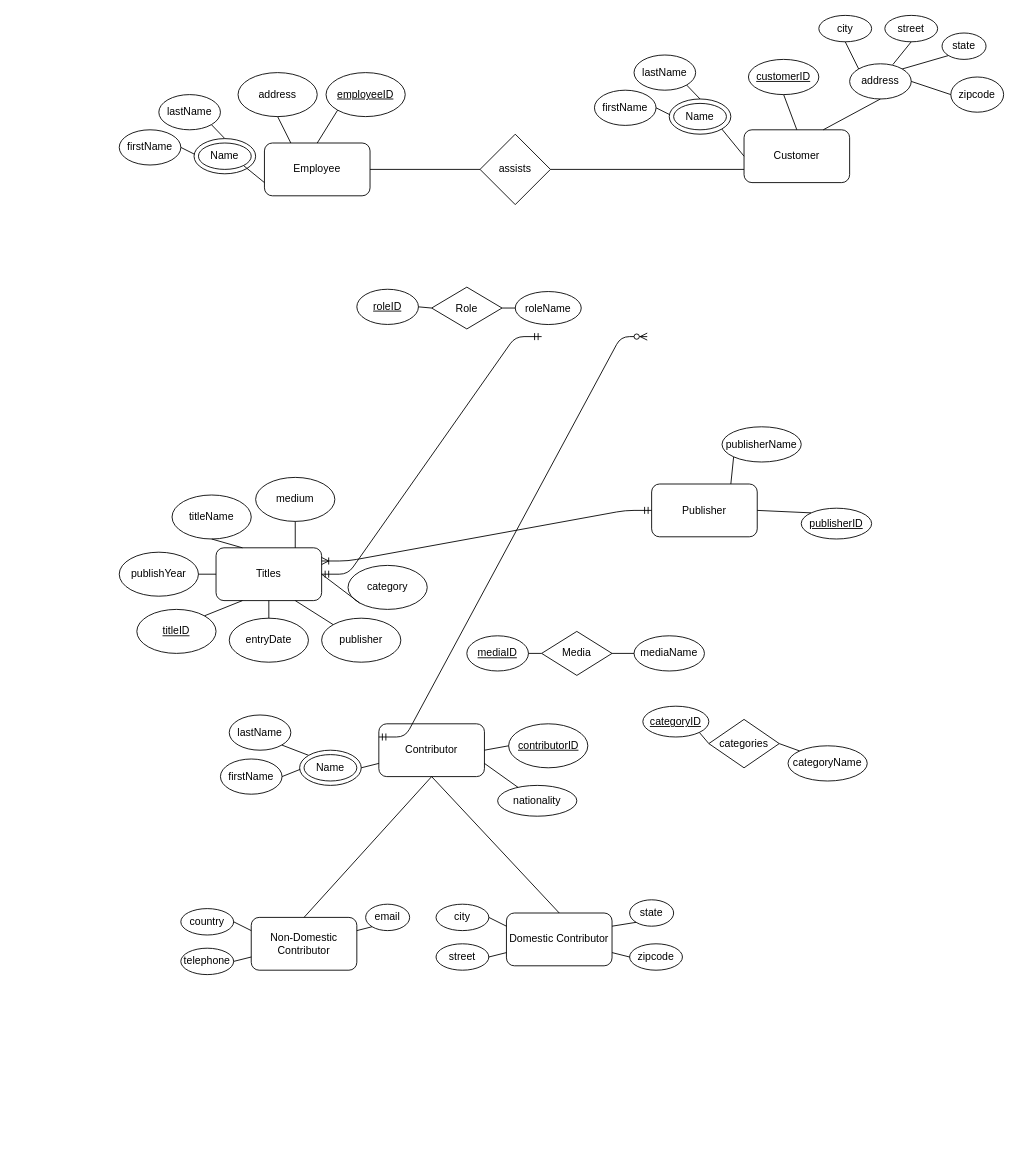
This is projecteerd.drawio from roning54/database_design, a draw.io file, before an edit. Source tidied: cells renumbered, new cells numbered last; positions are measured from the earlier drawing's top-left corner, leaving out a move shared by most shapes. Both pictures are drawn from the tidied source at 88%, with x=0, y=0 at pixel (119, 15).
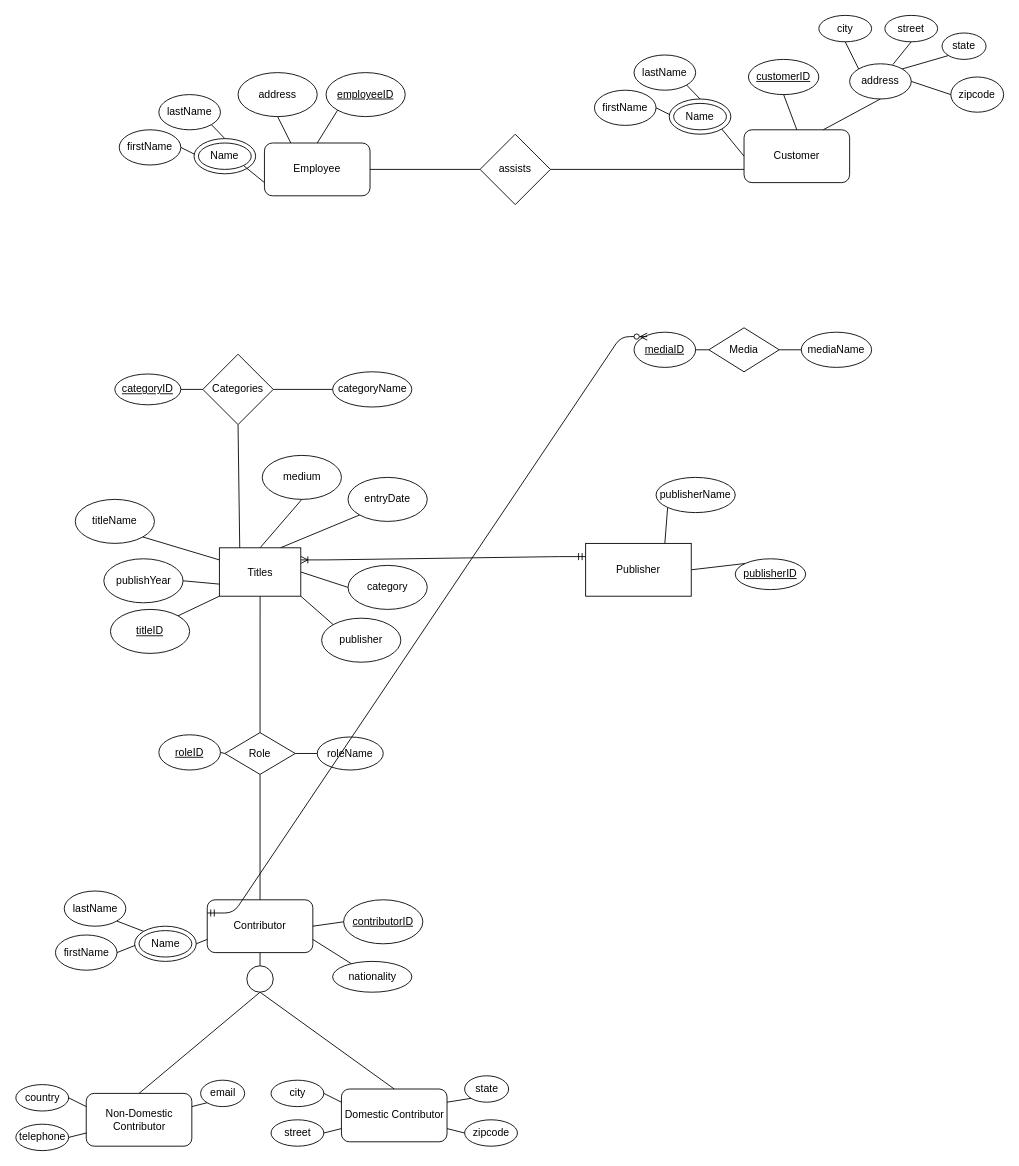
Above is the later version.

Unchanged cells that the change refers to:
```xml
<mxCell id="30" value="category" style="ellipse;whiteSpace=wrap;html=1;" parent="1" vertex="1">
  <mxGeometry x="260" y="625" width="90" height="50" as="geometry" />
</mxCell>
<mxCell id="34" value="publisher" style="ellipse;whiteSpace=wrap;html=1;" parent="1" vertex="1">
  <mxGeometry x="230" y="685" width="90" height="50" as="geometry" />
</mxCell>
```

Change to the diagram source:
```diff
@@
     <mxCell id="24" value="&lt;u&gt;mediaID&lt;/u&gt;" style="ellipse;whiteSpace=wrap;html=1;" parent="1" vertex="1">
-      <mxGeometry x="395" y="705" width="70" height="40" as="geometry" />
+      <mxGeometry x="585" y="360" width="70" height="40" as="geometry" />
     </mxCell>
     <mxCell id="25" value="mediaName" style="ellipse;whiteSpace=wrap;html=1;" parent="1" vertex="1">
-      <mxGeometry x="585" y="705" width="80" height="40" as="geometry" />
+      <mxGeometry x="775" y="360" width="80" height="40" as="geometry" />
     </mxCell>
@@
-    <mxCell id="28" value="Titles" style="rounded=1;whiteSpace=wrap;html=1;" parent="1" vertex="1">
-      <mxGeometry x="110" y="605" width="120" height="60" as="geometry" />
-    </mxCell>
     <mxCell id="29" value="&lt;u&gt;titleID&lt;/u&gt;" style="ellipse;whiteSpace=wrap;html=1;" parent="1" vertex="1">
-      <mxGeometry x="20" y="675" width="90" height="50" as="geometry" />
+      <mxGeometry x="-10" y="675" width="90" height="50" as="geometry" />
     </mxCell>
@@
     <mxCell id="31" value="publishYear" style="ellipse;whiteSpace=wrap;html=1;" parent="1" vertex="1">
-      <mxGeometry y="610" width="90" height="50" as="geometry" />
+      <mxGeometry x="-17.5" y="617.5" width="90" height="50" as="geometry" />
     </mxCell>
     <mxCell id="32" value="titleName" style="ellipse;whiteSpace=wrap;html=1;" parent="1" vertex="1">
-      <mxGeometry x="60" y="545" width="90" height="50" as="geometry" />
+      <mxGeometry x="-50" y="550" width="90" height="50" as="geometry" />
     </mxCell>
     <mxCell id="33" value="entryDate" style="ellipse;whiteSpace=wrap;html=1;" parent="1" vertex="1">
-      <mxGeometry x="125" y="685" width="90" height="50" as="geometry" />
+      <mxGeometry x="260" y="525" width="90" height="50" as="geometry" />
     </mxCell>
@@
-    <mxCell id="35" style="endArrow=none;html=1;entryX=1;entryY=0.5;entryDx=0;entryDy=0;exitX=0;exitY=1;exitDx=0;exitDy=0;" parent="1" edge="1" source="30" target="28">
+    <mxCell id="35" style="endArrow=none;html=1;entryX=1;entryY=0.5;entryDx=0;entryDy=0;exitX=0;exitY=0.5;exitDx=0;exitDy=0;" parent="1" edge="1" source="30" target="28">
       <mxGeometry relative="1" as="geometry" />
     </mxCell>
-    <mxCell id="36" style="endArrow=none;html=1;entryX=0.75;entryY=1;entryDx=0;entryDy=0;exitX=0;exitY=0;exitDx=0;exitDy=0;" parent="1" edge="1" source="34" target="28">
+    <mxCell id="36" style="endArrow=none;html=1;entryX=1;entryY=1;entryDx=0;entryDy=0;exitX=0;exitY=0;exitDx=0;exitDy=0;" parent="1" edge="1" source="34" target="28">
       <mxGeometry relative="1" as="geometry" />
     </mxCell>
-    <mxCell id="37" style="endArrow=none;html=1;entryX=0.5;entryY=0;entryDx=0;entryDy=0;exitX=0.5;exitY=1;exitDx=0;exitDy=0;" parent="1" edge="1" source="28" target="33">
+    <mxCell id="37" style="endArrow=none;html=1;entryX=0;entryY=1;entryDx=0;entryDy=0;exitX=0.75;exitY=0;exitDx=0;exitDy=0;" parent="1" edge="1" source="28" target="33">
       <mxGeometry relative="1" as="geometry" />
     </mxCell>
-    <mxCell id="38" style="endArrow=none;html=1;entryX=1;entryY=0;entryDx=0;entryDy=0;exitX=0.25;exitY=1;exitDx=0;exitDy=0;" parent="1" edge="1" source="28" target="29">
+    <mxCell id="38" style="endArrow=none;html=1;entryX=1;entryY=0;entryDx=0;entryDy=0;exitX=0;exitY=1;exitDx=0;exitDy=0;" parent="1" edge="1" source="28" target="29">
       <mxGeometry relative="1" as="geometry" />
     </mxCell>
-    <mxCell id="39" style="endArrow=none;html=1;entryX=1;entryY=0.5;entryDx=0;entryDy=0;exitX=0;exitY=0.5;exitDx=0;exitDy=0;" parent="1" edge="1" source="28" target="31">
+    <mxCell id="39" style="endArrow=none;html=1;entryX=1;entryY=0.5;entryDx=0;entryDy=0;exitX=0;exitY=0.75;exitDx=0;exitDy=0;" parent="1" edge="1" source="28" target="31">
       <mxGeometry relative="1" as="geometry" />
     </mxCell>
-    <mxCell id="40" style="endArrow=none;html=1;entryX=0.5;entryY=1;entryDx=0;entryDy=0;exitX=0.25;exitY=0;exitDx=0;exitDy=0;" parent="1" edge="1" source="28" target="32">
+    <mxCell id="40" style="endArrow=none;html=1;entryX=1;entryY=1;entryDx=0;entryDy=0;exitX=0;exitY=0.25;exitDx=0;exitDy=0;" parent="1" edge="1" source="28" target="32">
       <mxGeometry relative="1" as="geometry" />
     </mxCell>
     <mxCell id="41" value="Contributor" style="rounded=1;whiteSpace=wrap;html=1;" parent="1" vertex="1">
-      <mxGeometry x="295" y="805" width="120" height="60" as="geometry" />
+      <mxGeometry x="100" y="1005" width="120" height="60" as="geometry" />
     </mxCell>
     <mxCell id="42" value="&lt;u&gt;contributorID&lt;/u&gt;" style="ellipse;whiteSpace=wrap;html=1;" parent="1" vertex="1">
-      <mxGeometry x="442.5" y="805" width="90" height="50" as="geometry" />
+      <mxGeometry x="255" y="1005" width="90" height="50" as="geometry" />
     </mxCell>
     <mxCell id="43" value="nationality" style="ellipse;whiteSpace=wrap;html=1;" parent="1" vertex="1">
-      <mxGeometry x="430" y="875" width="90" height="35" as="geometry" />
+      <mxGeometry x="242.5" y="1075" width="90" height="35" as="geometry" />
     </mxCell>
@@
     <mxCell id="46" value="&lt;u&gt;roleID&lt;/u&gt;" style="ellipse;whiteSpace=wrap;html=1;" parent="1" vertex="1">
-      <mxGeometry x="270" y="311.2" width="70" height="40" as="geometry" />
+      <mxGeometry x="45" y="817.5" width="70" height="40" as="geometry" />
     </mxCell>
     <mxCell id="47" value="&lt;div&gt;roleName&lt;/div&gt;" style="ellipse;whiteSpace=wrap;html=1;" parent="1" vertex="1">
-      <mxGeometry x="450" y="313.8" width="75" height="37.5" as="geometry" />
+      <mxGeometry x="225" y="820" width="75" height="37.5" as="geometry" />
     </mxCell>
@@
     <mxCell id="50" value="Domestic Contributor" style="rounded=1;whiteSpace=wrap;html=1;" parent="1" vertex="1">
-      <mxGeometry x="440" y="1020" width="120" height="60" as="geometry" />
+      <mxGeometry x="252.5" y="1220" width="120" height="60" as="geometry" />
     </mxCell>
     <mxCell id="51" value="street" style="ellipse;whiteSpace=wrap;html=1;" parent="1" vertex="1">
-      <mxGeometry x="360" y="1055" width="60" height="30" as="geometry" />
+      <mxGeometry x="172.5" y="1255" width="60" height="30" as="geometry" />
     </mxCell>
     <mxCell id="52" value="city" style="ellipse;whiteSpace=wrap;html=1;" parent="1" vertex="1">
-      <mxGeometry x="360" y="1010" width="60" height="30" as="geometry" />
+      <mxGeometry x="172.5" y="1210" width="60" height="30" as="geometry" />
     </mxCell>
     <mxCell id="53" value="&lt;div&gt;state&lt;/div&gt;" style="ellipse;whiteSpace=wrap;html=1;" parent="1" vertex="1">
-      <mxGeometry x="580" y="1005" width="50" height="30" as="geometry" />
+      <mxGeometry x="392.5" y="1205" width="50" height="30" as="geometry" />
     </mxCell>
     <mxCell id="54" value="zipcode" style="ellipse;whiteSpace=wrap;html=1;" parent="1" vertex="1">
-      <mxGeometry x="580" y="1055" width="60" height="30" as="geometry" />
+      <mxGeometry x="392.5" y="1255" width="60" height="30" as="geometry" />
     </mxCell>
@@
-    <mxCell id="59" value="Publisher" style="rounded=1;whiteSpace=wrap;html=1;" parent="1" vertex="1">
-      <mxGeometry x="605" y="532.5" width="120" height="60" as="geometry" />
-    </mxCell>
     <mxCell id="60" value="publisherName" style="ellipse;whiteSpace=wrap;html=1;" parent="1" vertex="1">
-      <mxGeometry x="685" y="467.5" width="90" height="40" as="geometry" />
+      <mxGeometry x="610" y="525" width="90" height="40" as="geometry" />
     </mxCell>
     <mxCell id="61" value="&lt;u&gt;publisherID&lt;/u&gt;" style="ellipse;whiteSpace=wrap;html=1;" parent="1" vertex="1">
-      <mxGeometry x="775" y="560" width="80" height="35" as="geometry" />
+      <mxGeometry x="700" y="617.5" width="80" height="35" as="geometry" />
     </mxCell>
@@
     <mxCell id="64" value="&lt;u&gt;categoryID&lt;/u&gt;" style="ellipse;whiteSpace=wrap;html=1;" parent="1" vertex="1">
-      <mxGeometry x="595" y="785" width="75" height="35" as="geometry" />
+      <mxGeometry x="-5" y="407.5" width="75" height="35" as="geometry" />
     </mxCell>
     <mxCell id="65" value="categoryName" style="ellipse;whiteSpace=wrap;html=1;" parent="1" vertex="1">
-      <mxGeometry x="760" y="830" width="90" height="40" as="geometry" />
+      <mxGeometry x="242.5" y="405" width="90" height="40" as="geometry" />
     </mxCell>
-    <mxCell id="66" style="endArrow=none;html=1;entryX=0;entryY=0;entryDx=0;entryDy=0;exitX=1;exitY=0.5;exitDx=0;exitDy=0;" parent="1" edge="1" source="93" target="65">
+    <mxCell id="66" style="endArrow=none;html=1;entryX=0;entryY=0.5;entryDx=0;entryDy=0;exitX=1;exitY=0.5;exitDx=0;exitDy=0;" parent="1" edge="1" source="108" target="65">
       <mxGeometry relative="1" as="geometry" />
     </mxCell>
-    <mxCell id="67" style="endArrow=none;html=1;exitX=1;exitY=1;exitDx=0;exitDy=0;entryX=0;entryY=0.5;entryDx=0;entryDy=0;" parent="1" edge="1" source="64" target="93">
+    <mxCell id="67" style="endArrow=none;html=1;entryX=0;entryY=0.5;entryDx=0;entryDy=0;exitX=1;exitY=0.5;exitDx=0;exitDy=0;" parent="1" edge="1" source="64" target="108">
       <mxGeometry relative="1" as="geometry" />
     </mxCell>
-    <mxCell id="68" style="edgeStyle=entityRelationEdgeStyle;fontSize=12;html=1;endArrow=ERmandOne;startArrow=ERmandOne;entryX=0;entryY=0.5;entryDx=0;entryDy=0;exitX=1;exitY=0.5;exitDx=0;exitDy=0;" parent="1" edge="1" source="28">
-      <mxGeometry relative="1" as="geometry">
-        <mxPoint x="480" y="365" as="targetPoint" />
-      </mxGeometry>
-    </mxCell>
     <mxCell id="69" value="Role" style="rhombus;whiteSpace=wrap;html=1;" parent="1" vertex="1">
-      <mxGeometry x="355" y="308.8" width="80" height="47.5" as="geometry" />
+      <mxGeometry x="120" y="815" width="80" height="47.5" as="geometry" />
     </mxCell>
-    <mxCell id="70" style="edgeStyle=entityRelationEdgeStyle;fontSize=12;html=1;endArrow=ERoneToMany;startArrow=ERmandOne;entryX=1;entryY=0.25;entryDx=0;entryDy=0;" parent="1" edge="1" source="59" target="28">
+    <mxCell id="70" style="edgeStyle=entityRelationEdgeStyle;fontSize=12;html=1;endArrow=ERoneToMany;startArrow=ERmandOne;entryX=1;entryY=0.25;entryDx=0;entryDy=0;exitX=0;exitY=0.25;exitDx=0;exitDy=0;" parent="1" edge="1" source="59" target="28">
       <mxGeometry relative="1" as="geometry" />
     </mxCell>
@@
     <mxCell id="85" value="firstName" style="ellipse;whiteSpace=wrap;html=1;" parent="1" vertex="1">
-      <mxGeometry x="115" y="845" width="70" height="40" as="geometry" />
+      <mxGeometry x="-72.5" y="1045" width="70" height="40" as="geometry" />
     </mxCell>
     <mxCell id="86" value="&lt;div&gt;lastName&lt;/div&gt;" style="ellipse;whiteSpace=wrap;html=1;" parent="1" vertex="1">
-      <mxGeometry x="125" y="795" width="70" height="40" as="geometry" />
+      <mxGeometry x="-62.5" y="995" width="70" height="40" as="geometry" />
     </mxCell>
@@
     <mxCell id="89" style="ellipse;whiteSpace=wrap;html=1;" parent="1" vertex="1">
-      <mxGeometry x="205" y="835" width="70" height="40" as="geometry" />
+      <mxGeometry x="17.5" y="1035" width="70" height="40" as="geometry" />
     </mxCell>
     <mxCell id="90" value="Name" style="ellipse;whiteSpace=wrap;html=1;" parent="1" vertex="1">
-      <mxGeometry x="210" y="840" width="60" height="30" as="geometry" />
+      <mxGeometry x="22.5" y="1040" width="60" height="30" as="geometry" />
     </mxCell>
@@
     <mxCell id="92" value="Media" style="rhombus;whiteSpace=wrap;html=1;" parent="1" vertex="1">
-      <mxGeometry x="480" y="700" width="80" height="50" as="geometry" />
+      <mxGeometry x="670" y="355" width="80" height="50" as="geometry" />
     </mxCell>
-    <mxCell id="93" value="categories" style="rhombus;whiteSpace=wrap;html=1;" parent="1" vertex="1">
-      <mxGeometry x="670" y="800" width="80" height="55" as="geometry" />
-    </mxCell>
     <mxCell id="94" value="Non-Domestic Contributor" style="rounded=1;whiteSpace=wrap;html=1;" parent="1" vertex="1">
-      <mxGeometry x="150" y="1025" width="120" height="60" as="geometry" />
+      <mxGeometry x="-37.5" y="1225" width="120" height="60" as="geometry" />
     </mxCell>
     <mxCell id="95" value="telephone" style="ellipse;whiteSpace=wrap;html=1;" parent="1" vertex="1">
-      <mxGeometry x="70" y="1060" width="60" height="30" as="geometry" />
+      <mxGeometry x="-117.5" y="1260" width="60" height="30" as="geometry" />
     </mxCell>
     <mxCell id="96" value="country" style="ellipse;whiteSpace=wrap;html=1;" parent="1" vertex="1">
-      <mxGeometry x="70" y="1015" width="60" height="30" as="geometry" />
+      <mxGeometry x="-117.5" y="1215" width="60" height="30" as="geometry" />
     </mxCell>
     <mxCell id="97" value="email" style="ellipse;whiteSpace=wrap;html=1;" parent="1" vertex="1">
-      <mxGeometry x="280" y="1010" width="50" height="30" as="geometry" />
+      <mxGeometry x="92.5" y="1210" width="50" height="30" as="geometry" />
     </mxCell>
@@
     <mxCell id="101" value="medium" style="ellipse;whiteSpace=wrap;html=1;" parent="1" vertex="1">
-      <mxGeometry x="155" y="525" width="90" height="50" as="geometry" />
+      <mxGeometry x="162.5" y="500" width="90" height="50" as="geometry" />
     </mxCell>
-    <mxCell id="102" style="endArrow=none;html=1;entryX=0.5;entryY=1;entryDx=0;entryDy=0;" parent="1" edge="1" target="101">
-      <mxGeometry relative="1" as="geometry">
-        <mxPoint x="200" y="605" as="sourcePoint" />
-      </mxGeometry>
+    <mxCell id="102" style="endArrow=none;html=1;entryX=0.5;entryY=1;entryDx=0;entryDy=0;exitX=0.5;exitY=0;exitDx=0;exitDy=0;" parent="1" edge="1" source="28" target="101">
+      <mxGeometry relative="1" as="geometry" />
     </mxCell>
-    <mxCell id="103" style="endArrow=none;html=1;entryX=0.5;entryY=1;entryDx=0;entryDy=0;exitX=0.5;exitY=0;exitDx=0;exitDy=0;" parent="1" edge="1" source="94" target="41">
+    <mxCell id="103" style="endArrow=none;html=1;entryX=0.5;entryY=1;entryDx=0;entryDy=0;exitX=0.5;exitY=0;exitDx=0;exitDy=0;" parent="1" edge="1" source="94" target="109">
       <mxGeometry relative="1" as="geometry" />
     </mxCell>
-    <mxCell id="104" style="endArrow=none;html=1;entryX=0.5;entryY=1;entryDx=0;entryDy=0;exitX=0.5;exitY=0;exitDx=0;exitDy=0;" parent="1" edge="1" source="50" target="41">
+    <mxCell id="104" style="endArrow=none;html=1;entryX=0.5;entryY=1;entryDx=0;entryDy=0;exitX=0.5;exitY=0;exitDx=0;exitDy=0;" parent="1" edge="1" source="50" target="109">
       <mxGeometry relative="1" as="geometry" />
     </mxCell>
+    <mxCell id="105" style="endArrow=none;html=1;entryX=0.5;entryY=1;entryDx=0;entryDy=0;" parent="1" edge="1" source="69" target="28">
+      <mxGeometry relative="1" as="geometry" />
+    </mxCell>
+    <mxCell id="106" style="endArrow=none;html=1;entryX=0.5;entryY=1;entryDx=0;entryDy=0;exitX=0.5;exitY=0;exitDx=0;exitDy=0;" parent="1" edge="1" source="41" target="69">
+      <mxGeometry relative="1" as="geometry" />
+    </mxCell>
+    <mxCell id="107" style="endArrow=none;html=1;entryX=0.5;entryY=1;entryDx=0;entryDy=0;exitX=0.25;exitY=0;exitDx=0;exitDy=0;" parent="1" edge="1" source="28" target="108">
+      <mxGeometry relative="1" as="geometry" />
+    </mxCell>
+    <mxCell id="59" value="Publisher" style="rounded=0;whiteSpace=wrap;html=1;" parent="1" vertex="1">
+      <mxGeometry x="530" y="600" width="120" height="60" as="geometry" />
+    </mxCell>
+    <mxCell id="28" value="Titles" style="rounded=0;whiteSpace=wrap;html=1;" parent="1" vertex="1">
+      <mxGeometry x="113.8" y="605" width="92.5" height="55" as="geometry" />
+    </mxCell>
+    <mxCell id="108" value="Categories" style="rhombus;whiteSpace=wrap;html=1;" parent="1" vertex="1">
+      <mxGeometry x="95" y="385" width="80" height="80" as="geometry" />
+    </mxCell>
+    <mxCell id="109" style="ellipse;whiteSpace=wrap;html=1;" parent="1" vertex="1">
+      <mxGeometry x="145" y="1080" width="30" height="30" as="geometry" />
+    </mxCell>
+    <mxCell id="110" style="endArrow=none;html=1;entryX=0.5;entryY=1;entryDx=0;entryDy=0;exitX=0.5;exitY=0;exitDx=0;exitDy=0;" parent="1" edge="1" source="109" target="41">
+      <mxGeometry relative="1" as="geometry" />
+    </mxCell>
```
